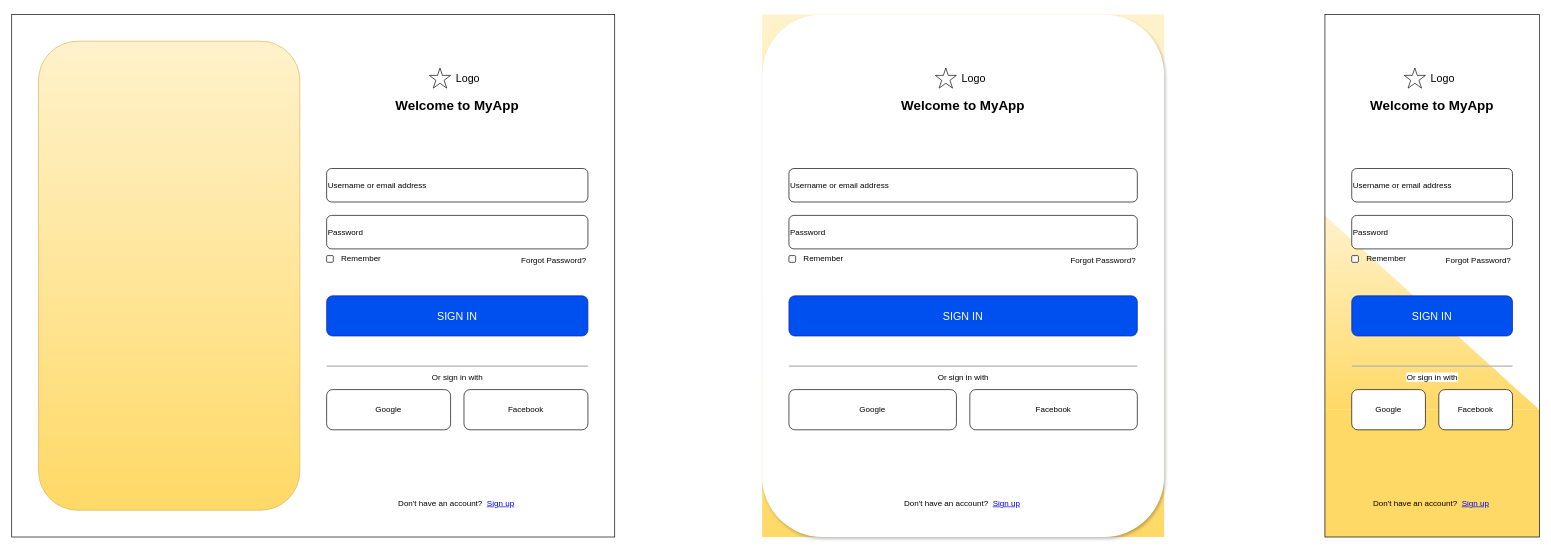
Before: page "login" (2 of 9) of notes/design.drawio in handoiditu1508/ecommerce-client, a draw.io diagram. Source tidied: cells renumbered, new cells numbered last; positions are measured from the earlier drawing's top-left corner, leaving out a move shared by most shapes. Both pictures are drawn from the tidied source at 67%, with x=0, y=0 at pixel (11, 14).
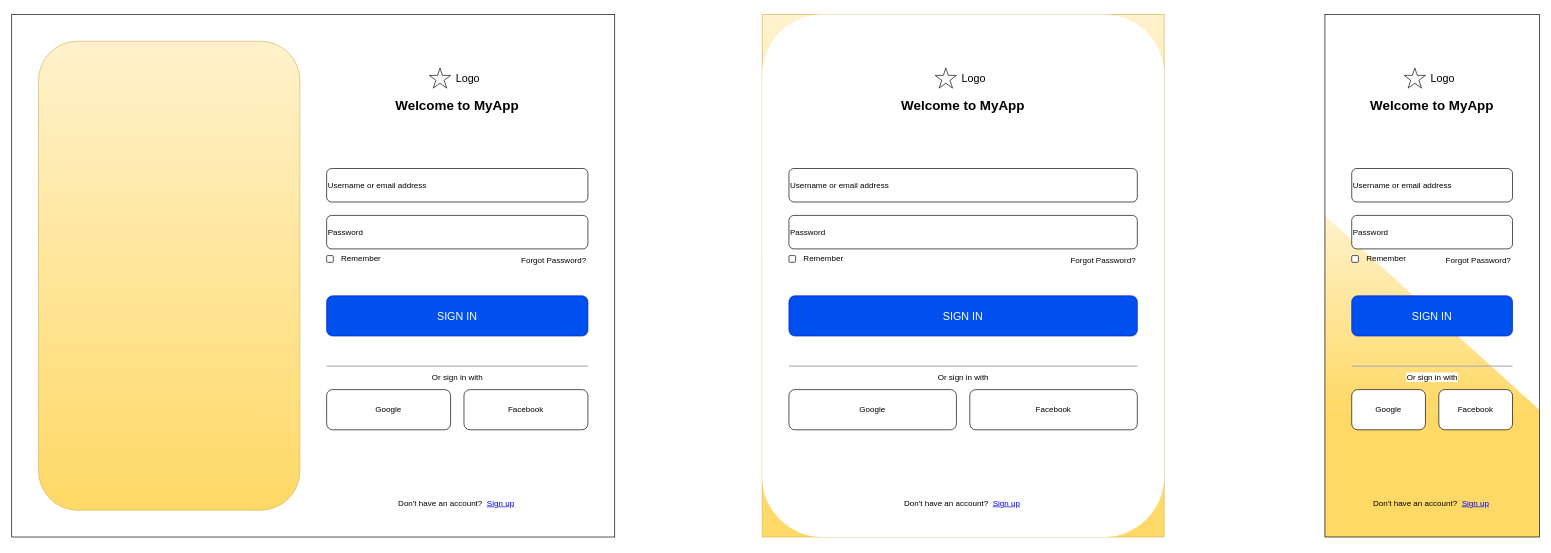
Above is the later version.

Diff of the diagram source:
```diff
@@
-    <mxCell id="2" style="rounded=0;whiteSpace=wrap;html=1;fillColor=#fff2cc;gradientColor=#ffd966;strokeColor=none;" parent="1" vertex="1">
+    <mxCell id="2" style="rounded=0;whiteSpace=wrap;html=1;fillColor=#fff2cc;gradientColor=#ffd966;strokeColor=#d6b656;" parent="1" vertex="1">
       <mxGeometry x="1120" width="600" height="780" as="geometry" />
     </mxCell>
@@
-    <mxCell id="22" style="rounded=1;whiteSpace=wrap;html=1;glass=0;shadow=1;strokeColor=none;fillColor=default;" parent="1" vertex="1">
+    <mxCell id="22" style="rounded=1;whiteSpace=wrap;html=1;glass=0;shadow=0;strokeColor=none;fillColor=default;" parent="1" vertex="1">
       <mxGeometry x="1120" width="600" height="780" as="geometry" />
     </mxCell>
```
